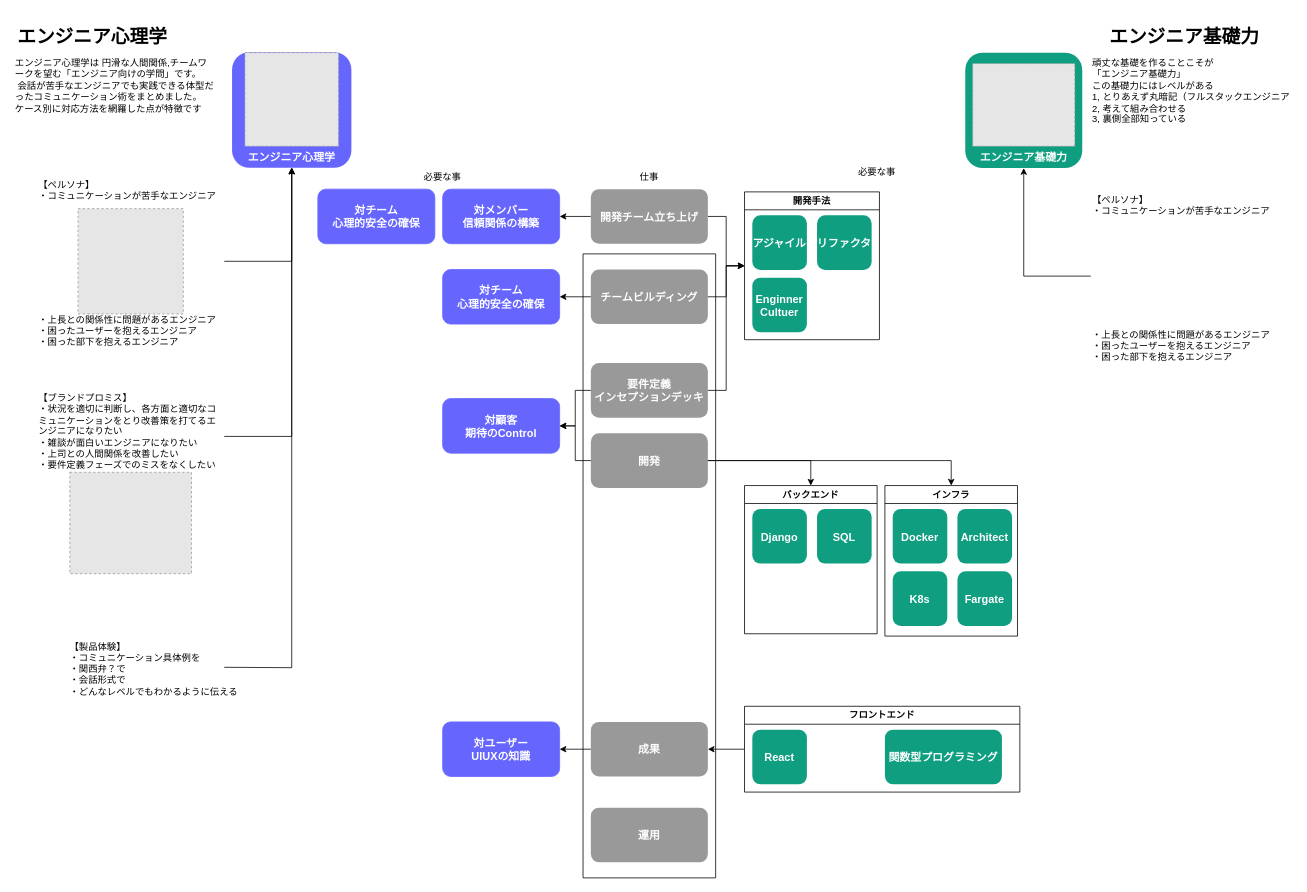
The draw.io diagram page "engineer_psychology" (2 of 34) of 人生設計.drawio in minegishirei/draw_v1, before the edit. Source tidied: cells renumbered, new cells numbered last; positions are measured from the earlier drawing's top-left corner, leaving out a move shared by most shapes. Both pictures are drawn from the tidied source at 78%, with x=0, y=0 at pixel (13, 21). Pictures stored in the file or linked from it are replaced by grey dashed boxes.
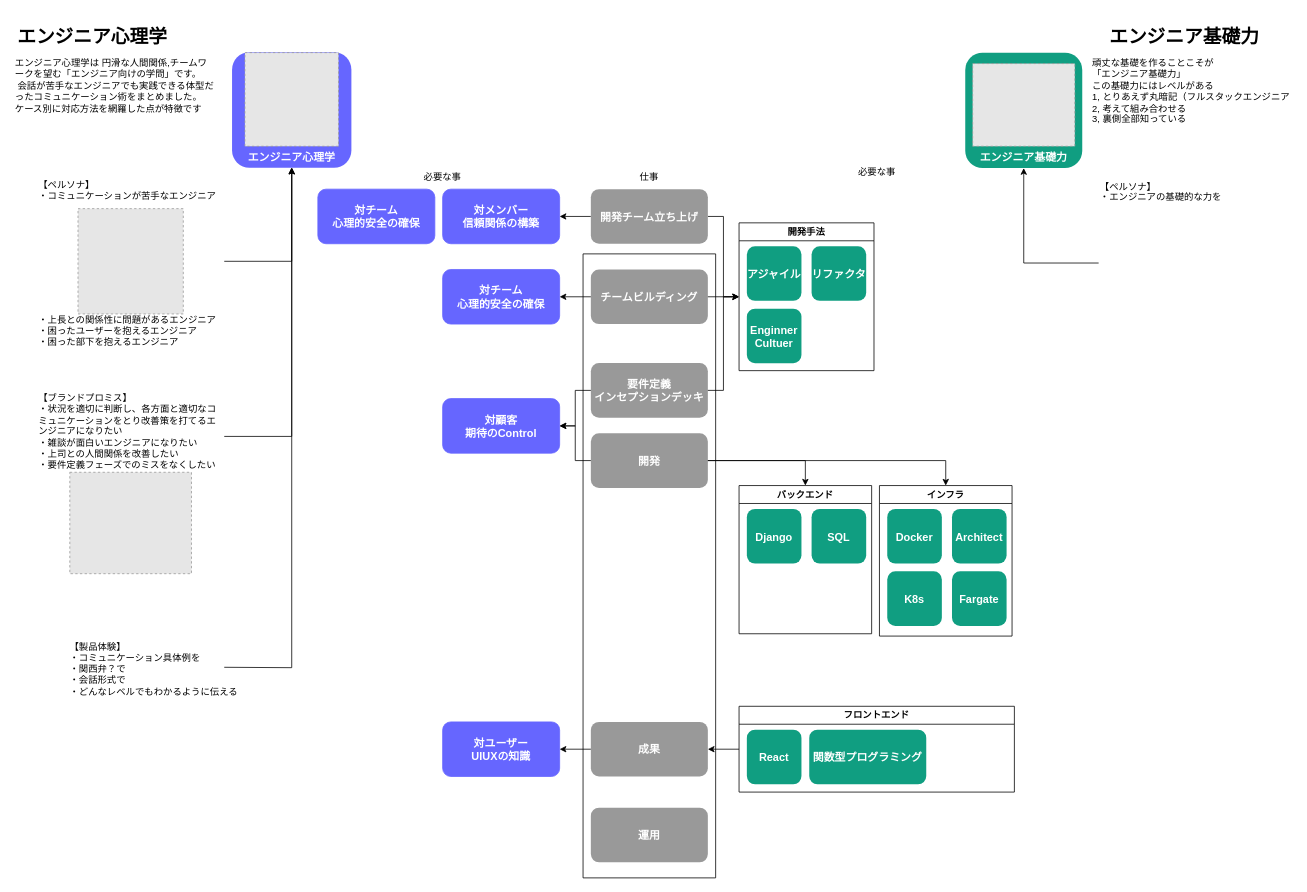
Above is the later version.

Commit message (it also covers changes not shown here):
人生設計.drawio を更新します

The edit, as a diff of the source:
```diff
@@
     <mxCell id="34" value="インフラ" style="swimlane;whiteSpace=wrap;html=1;" parent="1" vertex="1">
-      <mxGeometry x="1117" y="595" width="170" height="193" as="geometry" />
+      <mxGeometry x="1110" y="595" width="170" height="193" as="geometry" />
     </mxCell>
@@
     <mxCell id="39" value="バックエンド" style="swimlane;whiteSpace=wrap;html=1;" parent="1" vertex="1">
-      <mxGeometry x="937" y="595" width="170" height="190" as="geometry" />
+      <mxGeometry x="930" y="595" width="170" height="190" as="geometry" />
     </mxCell>
@@
     <mxCell id="43" value="フロントエンド" style="swimlane;whiteSpace=wrap;html=1;" parent="1" vertex="1">
-      <mxGeometry x="937" y="878" width="353" height="110" as="geometry" />
+      <mxGeometry x="930" y="878" width="353" height="110" as="geometry" />
     </mxCell>
@@
     <mxCell id="45" value="関数型プログラミング" style="rounded=1;fillColor=#109e81;strokeColor=none;shadow=0;gradientColor=none;fontStyle=1;fontColor=#FFFFFF;fontSize=14;" parent="43" vertex="1">
-      <mxGeometry x="180" y="30" width="150" height="70" as="geometry" />
+      <mxGeometry x="90" y="30" width="150" height="70" as="geometry" />
     </mxCell>
@@
     <mxCell id="48" value="開発手法" style="swimlane;whiteSpace=wrap;html=1;" parent="1" vertex="1">
-      <mxGeometry x="937" y="218.5" width="173" height="189.5" as="geometry" />
+      <mxGeometry x="930" y="258.2" width="173" height="189.5" as="geometry" />
     </mxCell>
@@
-    <mxCell id="60" value="【ペルソナ】&#10;・コミュニケーションが苦手なエンジニア&#10;&#10;&#10;&#10;&#10;&#10;&#10;&#10;&#10;&#10;&#10;・上長との関係性に問題があるエンジニア&#10;・困ったユーザーを抱えるエンジニア&#10;・困った部下を抱えるエンジニア" style="text;whiteSpace=wrap;" parent="1" vertex="1">
-      <mxGeometry x="1381" y="215" width="240" height="223" as="geometry" />
+    <mxCell id="60" value="【ペルソナ】&#10;・エンジニアの基礎的な力を" style="text;whiteSpace=wrap;" parent="1" vertex="1">
+      <mxGeometry x="1391" y="198.2" width="240" height="223" as="geometry" />
     </mxCell>
```
